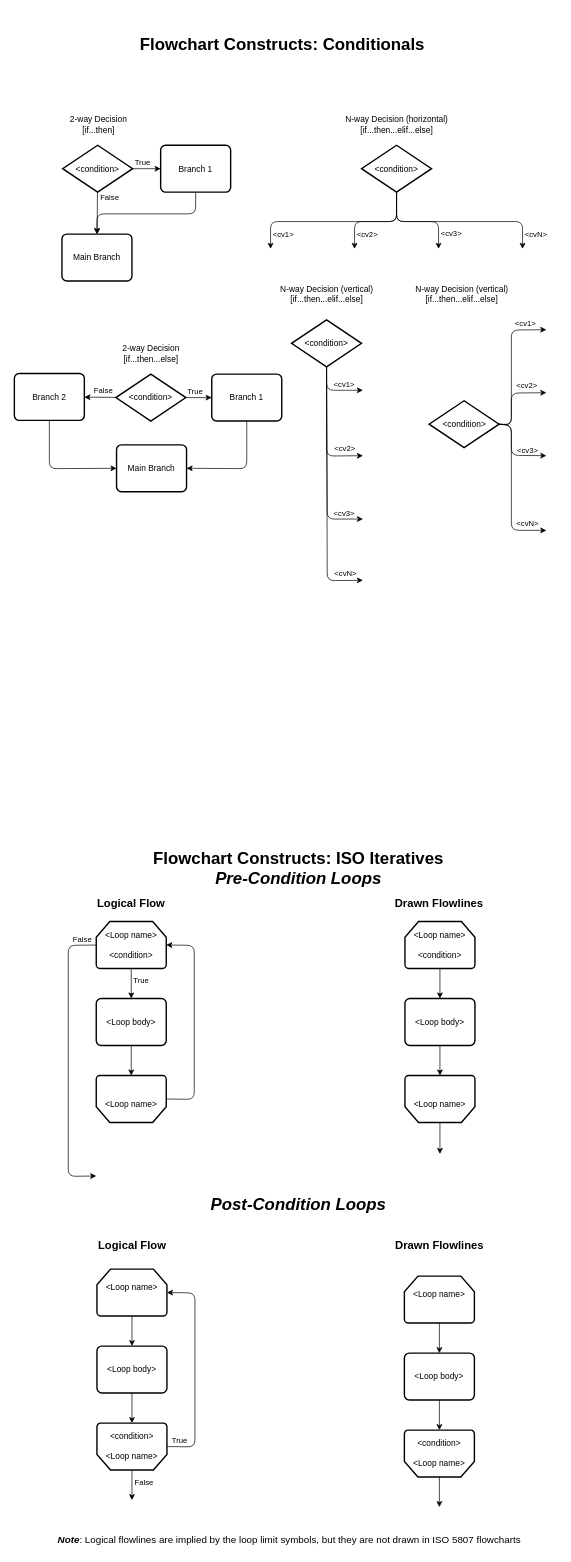
Earlier version of the draw.io diagram page "Snippets" (4 of 5) of design/paycheck_calculator.drawio (MayniacNese-Tech/it140-m3-assignment). Source tidied: cells renumbered, new cells numbered last; positions are measured from the earlier drawing's top-left corner, leaving out a move shared by most shapes. Both pictures are drawn from the tidied source at 70%, with x=0, y=0 at pixel (14, 27).
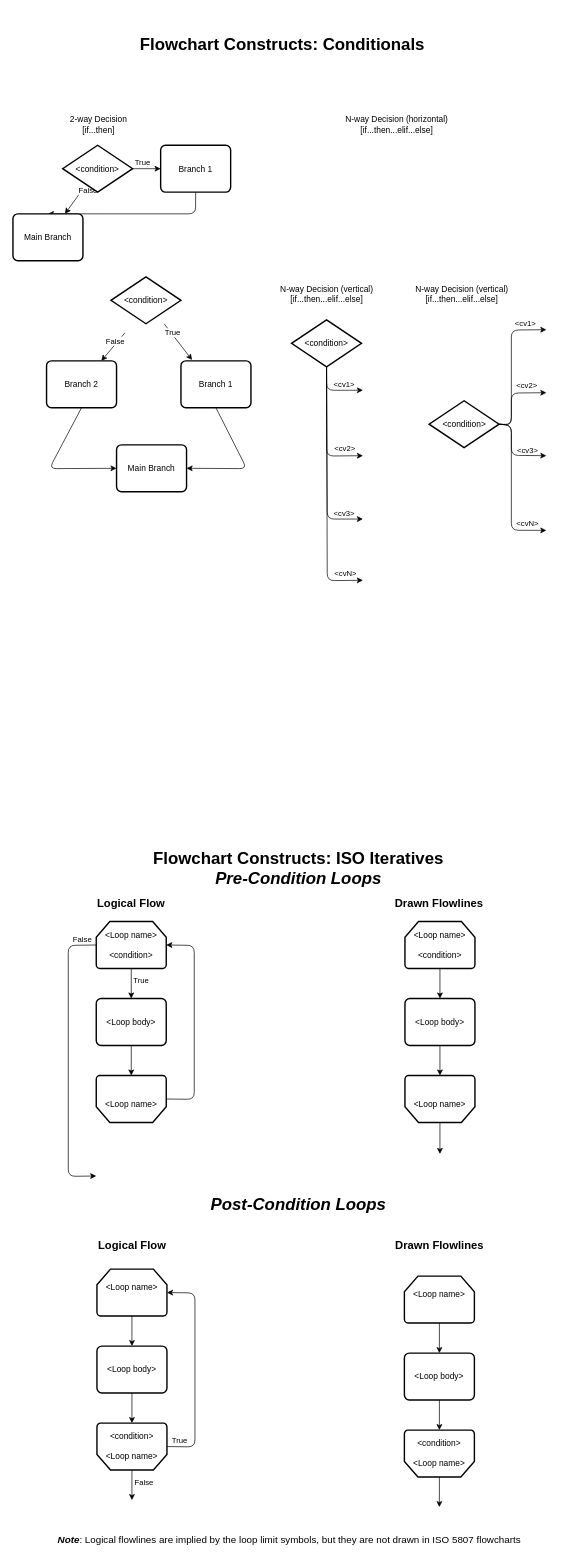
After the change.

Change to the diagram source:
```diff
@@
-    <mxCell id="8" style="edgeStyle=none;html=1;entryX=0;entryY=0.5;entryDx=0;entryDy=0;" parent="1" edge="1" source="12" target="49">
+    <mxCell id="8" style="edgeStyle=none;html=1;entryX=0.159;entryY=-0.019;entryDx=0;entryDy=0;entryPerimeter=0;" parent="1" edge="1" source="12" target="49">
       <mxGeometry relative="1" as="geometry" />
     </mxCell>
@@
-    <mxCell id="10" style="edgeStyle=none;html=1;" parent="1" edge="1" source="12" target="51">
-      <mxGeometry relative="1" as="geometry" />
+    <mxCell id="10" style="edgeStyle=none;html=1;" parent="1" edge="1" target="51">
+      <mxGeometry relative="1" as="geometry">
+        <mxPoint x="158" y="437" as="sourcePoint" />
+      </mxGeometry>
     </mxCell>
@@
     <mxCell id="12" value="&lt;font style=&quot;font-size: 12px;&quot;&gt;&amp;lt;condition&amp;gt;&lt;/font&gt;" style="strokeWidth=2;html=1;shape=mxgraph.flowchart.decision;whiteSpace=wrap;fontSize=10;" parent="1" vertex="1">
-      <mxGeometry x="145" y="496" width="100" height="67" as="geometry" />
+      <mxGeometry x="138" y="357" width="100" height="67" as="geometry" />
     </mxCell>
-    <mxCell id="13" value="2-way Decision&lt;br style=&quot;color: rgb(63, 63, 63); scrollbar-color: rgb(226, 226, 226) rgb(251, 251, 251);&quot;&gt;&lt;span style=&quot;color: rgb(0, 0, 0); scrollbar-color: rgb(226, 226, 226) rgb(251, 251, 251);&quot;&gt;[if...then...else&lt;/span&gt;&lt;span style=&quot;color: rgb(0, 0, 0); scrollbar-color: rgb(226, 226, 226) rgb(251, 251, 251);&quot;&gt;]&lt;/span&gt;" style="text;strokeColor=none;align=center;fillColor=none;html=1;verticalAlign=middle;whiteSpace=wrap;rounded=0;" parent="1" vertex="1">
-      <mxGeometry x="145" y="452" width="101" height="30" as="geometry" />
-    </mxCell>
@@
-    <mxCell id="25" style="edgeStyle=none;html=1;exitX=0.5;exitY=1;exitDx=0;exitDy=0;exitPerimeter=0;entryX=0.5;entryY=0;entryDx=0;entryDy=0;" parent="1" edge="1" source="33">
-      <mxGeometry relative="1" as="geometry">
-        <mxPoint x="366" y="317" as="targetPoint" />
-        <Array as="points">
-          <mxPoint x="546" y="278" />
-          <mxPoint x="366" y="278" />
-        </Array>
-      </mxGeometry>
-    </mxCell>
-    <mxCell id="26" value="&amp;lt;cv1&amp;gt;" style="edgeLabel;html=1;align=center;verticalAlign=middle;fontSize=11;" parent="25" vertex="1">
-      <mxGeometry x="0.83" y="1" relative="1" as="geometry">
-        <mxPoint x="16" as="offset" />
-      </mxGeometry>
-    </mxCell>
-    <mxCell id="27" style="edgeStyle=none;html=1;exitX=0.5;exitY=1;exitDx=0;exitDy=0;exitPerimeter=0;entryX=0.5;entryY=0;entryDx=0;entryDy=0;" parent="1" edge="1" source="33">
-      <mxGeometry relative="1" as="geometry">
-        <mxPoint x="486" y="317" as="targetPoint" />
-        <Array as="points">
-          <mxPoint x="546" y="278" />
-          <mxPoint x="486" y="278" />
-        </Array>
-      </mxGeometry>
-    </mxCell>
-    <mxCell id="28" value="&amp;lt;cv2&amp;gt;" style="edgeLabel;html=1;align=center;verticalAlign=middle;fontSize=11;" parent="27" vertex="1">
-      <mxGeometry x="0.71" y="4" relative="1" as="geometry">
-        <mxPoint x="13" y="-2" as="offset" />
-      </mxGeometry>
-    </mxCell>
-    <mxCell id="29" style="edgeStyle=none;html=1;exitX=0.5;exitY=1;exitDx=0;exitDy=0;exitPerimeter=0;entryX=0.5;entryY=0;entryDx=0;entryDy=0;" parent="1" edge="1" source="33">
-      <mxGeometry relative="1" as="geometry">
-        <mxPoint x="606" y="317" as="targetPoint" />
-        <Array as="points">
-          <mxPoint x="546" y="278" />
-          <mxPoint x="606" y="278" />
-        </Array>
-      </mxGeometry>
-    </mxCell>
-    <mxCell id="30" value="&amp;lt;cv3&amp;gt;" style="edgeLabel;html=1;align=center;verticalAlign=middle;fontSize=11;" parent="29" vertex="1">
-      <mxGeometry x="0.72" y="1" relative="1" as="geometry">
-        <mxPoint x="16" y="-3" as="offset" />
-      </mxGeometry>
-    </mxCell>
-    <mxCell id="31" style="edgeStyle=none;html=1;exitX=0.5;exitY=1;exitDx=0;exitDy=0;exitPerimeter=0;entryX=0.5;entryY=0;entryDx=0;entryDy=0;" parent="1" edge="1" source="33">
-      <mxGeometry relative="1" as="geometry">
-        <mxPoint x="726" y="317" as="targetPoint" />
-        <Array as="points">
-          <mxPoint x="546" y="278" />
-          <mxPoint x="726" y="278" />
-        </Array>
-      </mxGeometry>
-    </mxCell>
-    <mxCell id="32" value="&amp;lt;cvN&amp;gt;" style="edgeLabel;html=1;align=center;verticalAlign=middle;fontSize=11;" parent="31" vertex="1">
-      <mxGeometry x="0.84" y="1" relative="1" as="geometry">
-        <mxPoint x="17" y="-1" as="offset" />
-      </mxGeometry>
-    </mxCell>
-    <mxCell id="33" value="&lt;font style=&quot;font-size: 12px;&quot;&gt;&amp;lt;condition&amp;gt;&lt;/font&gt;" style="strokeWidth=2;html=1;shape=mxgraph.flowchart.decision;whiteSpace=wrap;fontSize=10;" parent="1" vertex="1">
-      <mxGeometry x="496" y="169" width="100" height="67" as="geometry" />
-    </mxCell>
@@
     <mxCell id="47" value="Main Branch" style="rounded=1;absoluteArcSize=1;arcSize=14;strokeWidth=2;fontSize=12;whiteSpace=wrap;spacing=2;labelBackgroundColor=none;labelBorderColor=none;fontColor=default;html=1;" parent="1" vertex="1">
-      <mxGeometry x="68" y="296" width="100" height="67" as="geometry" />
+      <mxGeometry x="-2" y="267" width="100" height="67" as="geometry" />
     </mxCell>
@@
     <mxCell id="49" value="Branch 1" style="rounded=1;absoluteArcSize=1;arcSize=14;strokeWidth=2;fontSize=12;whiteSpace=wrap;spacing=2;labelBackgroundColor=none;labelBorderColor=none;fontColor=default;html=1;" parent="1" vertex="1">
-      <mxGeometry x="282" y="496" width="100" height="67" as="geometry" />
+      <mxGeometry x="238" y="477" width="100" height="67" as="geometry" />
     </mxCell>
@@
     <mxCell id="51" value="Branch 2" style="rounded=1;absoluteArcSize=1;arcSize=14;strokeWidth=2;fontSize=12;whiteSpace=wrap;spacing=2;labelBackgroundColor=none;labelBorderColor=none;fontColor=default;html=1;" parent="1" vertex="1">
-      <mxGeometry y="495" width="100" height="67" as="geometry" />
+      <mxGeometry x="46" y="477" width="100" height="67" as="geometry" />
     </mxCell>
```
